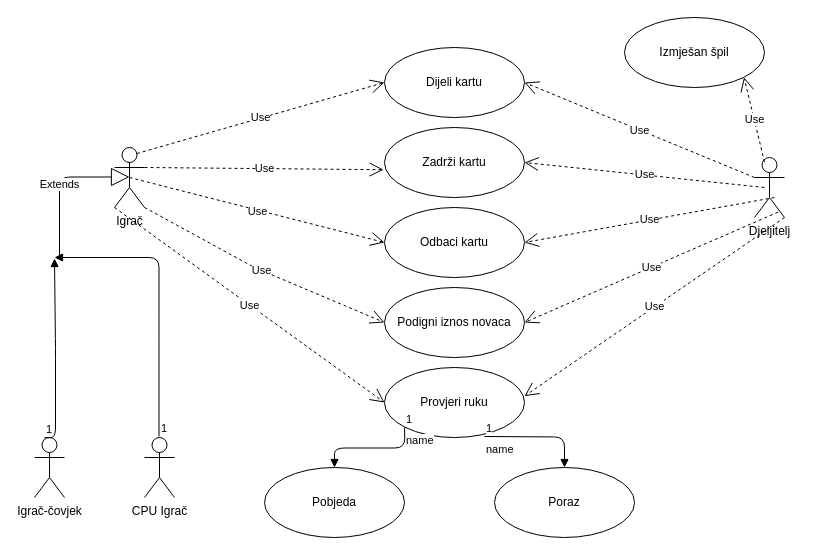
Earlier version of the draw.io diagram page "slučajevi_korištenja" (1 of 2) of Projekt_Poker_activity.drawio (ewlibi/Poker). Source tidied: cells renumbered, new cells numbered last; positions are measured from the earlier drawing's top-left corner, leaving out a move shared by most shapes. Both pictures are drawn from the tidied source at 100%, with x=0, y=0 at pixel (34, 17).
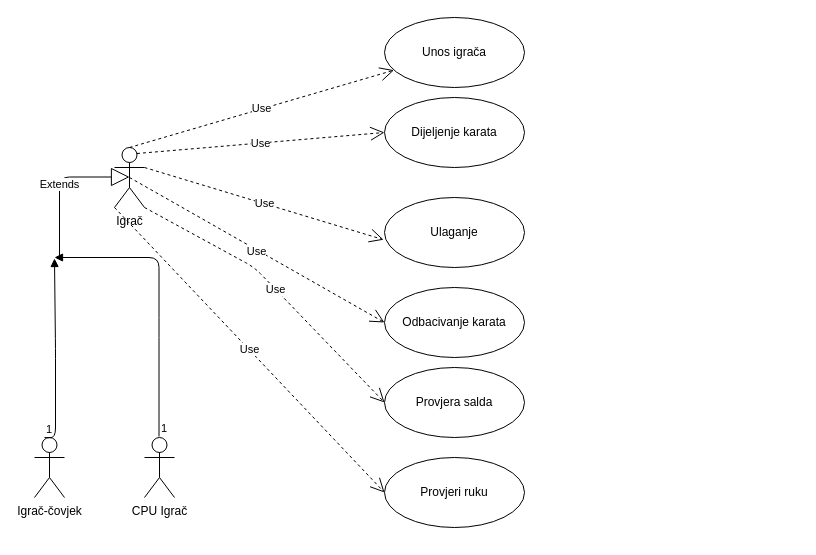
Above is the later version.

Unchanged cells that the change refers to:
```xml
<mxCell id="2" value="Igrač&lt;br&gt;" style="shape=umlActor;verticalLabelPosition=bottom;verticalAlign=top;html=1;" parent="1" vertex="1">
  <mxGeometry x="80" y="130" width="30" height="60" as="geometry" />
</mxCell>
```

What changed in the source:
```diff
@@
-    <mxCell id="3" value="Dijeli kartu" style="ellipse;whiteSpace=wrap;html=1;" parent="1" vertex="1">
-      <mxGeometry x="350" y="30" width="140" height="70" as="geometry" />
+    <mxCell id="3" value="Dijeljenje karata" style="ellipse;whiteSpace=wrap;html=1;" parent="1" vertex="1">
+      <mxGeometry x="350" y="80" width="140" height="70" as="geometry" />
     </mxCell>
-    <mxCell id="4" value="Djeljitelj&lt;br&gt;" style="shape=umlActor;verticalLabelPosition=bottom;verticalAlign=top;html=1;" parent="1" vertex="1">
-      <mxGeometry x="720" y="140" width="30" height="60" as="geometry" />
-    </mxCell>
@@
-    <mxCell id="7" value="Zadrži kartu" style="ellipse;whiteSpace=wrap;html=1;" parent="1" vertex="1">
-      <mxGeometry x="350" y="110" width="140" height="70" as="geometry" />
+    <mxCell id="7" value="Ulaganje" style="ellipse;whiteSpace=wrap;html=1;" parent="1" vertex="1">
+      <mxGeometry x="350" y="180" width="140" height="70" as="geometry" />
     </mxCell>
-    <mxCell id="8" value="Odbaci kartu" style="ellipse;whiteSpace=wrap;html=1;" parent="1" vertex="1">
-      <mxGeometry x="350" y="190" width="140" height="70" as="geometry" />
+    <mxCell id="8" value="Odbacivanje karata" style="ellipse;whiteSpace=wrap;html=1;" parent="1" vertex="1">
+      <mxGeometry x="350" y="270" width="140" height="70" as="geometry" />
     </mxCell>
-    <mxCell id="9" value="Podigni iznos novaca" style="ellipse;whiteSpace=wrap;html=1;" parent="1" vertex="1">
-      <mxGeometry x="350" y="270" width="140" height="70" as="geometry" />
+    <mxCell id="9" value="Provjera salda" style="ellipse;whiteSpace=wrap;html=1;" parent="1" vertex="1">
+      <mxGeometry x="350" y="350" width="140" height="70" as="geometry" />
     </mxCell>
     <mxCell id="10" value="Provjeri ruku" style="ellipse;whiteSpace=wrap;html=1;" parent="1" vertex="1">
-      <mxGeometry x="350" y="350" width="140" height="70" as="geometry" />
+      <mxGeometry x="350" y="440" width="140" height="70" as="geometry" />
     </mxCell>
-    <mxCell id="11" value="Pobjeda" style="ellipse;whiteSpace=wrap;html=1;" parent="1" vertex="1">
-      <mxGeometry x="230" y="450" width="140" height="70" as="geometry" />
-    </mxCell>
-    <mxCell id="12" value="Poraz" style="ellipse;whiteSpace=wrap;html=1;" parent="1" vertex="1">
-      <mxGeometry x="460" y="450" width="140" height="70" as="geometry" />
-    </mxCell>
-    <mxCell id="13" value="Izmješan špil" style="ellipse;whiteSpace=wrap;html=1;" parent="1" vertex="1">
-      <mxGeometry x="590" width="140" height="70" as="geometry" />
+    <mxCell id="13" value="Unos igrača" style="ellipse;whiteSpace=wrap;html=1;" parent="1" vertex="1">
+      <mxGeometry x="350" width="140" height="70" as="geometry" />
     </mxCell>
@@
-    <mxCell id="15" value="Use" style="endArrow=open;endSize=12;dashed=1;html=1;exitX=0;exitY=0.3333333333333333;exitDx=0;exitDy=0;exitPerimeter=0;entryX=1;entryY=0.5;entryDx=0;entryDy=0;" parent="1" edge="1" source="4" target="3">
-      <mxGeometry relative="1" as="geometry" />
-    </mxCell>
-    <mxCell id="16" value="Use" style="endArrow=open;endSize=12;dashed=1;html=1;entryX=1;entryY=1;entryDx=0;entryDy=0;" parent="1" edge="1" target="13">
-      <mxGeometry relative="1" as="geometry">
-        <mxPoint x="730" y="144.5" as="sourcePoint" />
-      </mxGeometry>
-    </mxCell>
@@
-    <mxCell id="21" value="name" style="endArrow=block;endFill=1;html=1;edgeStyle=orthogonalEdgeStyle;align=left;verticalAlign=top;entryX=0.5;entryY=0;entryDx=0;entryDy=0;" parent="1" edge="1" target="11">
-      <mxGeometry x="-1" relative="1" as="geometry">
-        <mxPoint x="370" y="410" as="sourcePoint" />
-      </mxGeometry>
-    </mxCell>
-    <mxCell id="22" value="1" style="edgeLabel;html=1;align=left;verticalAlign=bottom;" parent="21" vertex="1">
-      <mxGeometry x="-1" relative="1" as="geometry" />
-    </mxCell>
-    <mxCell id="23" value="name" style="endArrow=block;endFill=1;html=1;edgeStyle=orthogonalEdgeStyle;align=left;verticalAlign=top;entryX=0.5;entryY=0;entryDx=0;entryDy=0;" parent="1" edge="1" target="12">
-      <mxGeometry x="-1" relative="1" as="geometry">
-        <mxPoint x="450" y="419" as="sourcePoint" />
-      </mxGeometry>
-    </mxCell>
-    <mxCell id="24" value="1" style="edgeLabel;html=1;align=left;verticalAlign=bottom;" parent="23" vertex="1">
-      <mxGeometry x="-1" relative="1" as="geometry" />
-    </mxCell>
@@
-    <mxCell id="26" value="Use" style="endArrow=open;endSize=12;dashed=1;html=1;exitX=0;exitY=0.3333333333333333;exitDx=0;exitDy=0;exitPerimeter=0;entryX=1;entryY=0.5;entryDx=0;entryDy=0;" parent="1" edge="1" target="7">
-      <mxGeometry relative="1" as="geometry">
-        <mxPoint x="730" y="170" as="sourcePoint" />
-      </mxGeometry>
-    </mxCell>
-    <mxCell id="27" value="Use" style="endArrow=open;endSize=12;dashed=1;html=1;exitX=0;exitY=0.3333333333333333;exitDx=0;exitDy=0;exitPerimeter=0;entryX=1;entryY=0.5;entryDx=0;entryDy=0;" parent="1" edge="1" target="8">
-      <mxGeometry relative="1" as="geometry">
-        <mxPoint x="740" y="180" as="sourcePoint" />
-      </mxGeometry>
-    </mxCell>
-    <mxCell id="28" value="Use" style="endArrow=open;endSize=12;dashed=1;html=1;exitX=0.787;exitY=0.91;exitDx=0;exitDy=0;exitPerimeter=0;entryX=1;entryY=0.5;entryDx=0;entryDy=0;" parent="1" edge="1" source="4" target="9">
-      <mxGeometry relative="1" as="geometry" />
-    </mxCell>
-    <mxCell id="29" value="Use" style="endArrow=open;endSize=12;dashed=1;html=1;entryX=1;entryY=0.409;entryDx=0;entryDy=0;entryPerimeter=0;" parent="1" edge="1" target="10">
-      <mxGeometry relative="1" as="geometry">
-        <mxPoint x="750" y="200" as="sourcePoint" />
-      </mxGeometry>
-    </mxCell>
@@
+    <mxCell id="34" value="Use" style="endArrow=open;endSize=12;dashed=1;html=1;exitX=0.5;exitY=0;exitDx=0;exitDy=0;exitPerimeter=0;" parent="1" edge="1" source="2" target="13">
+      <mxGeometry relative="1" as="geometry" />
+    </mxCell>
```
